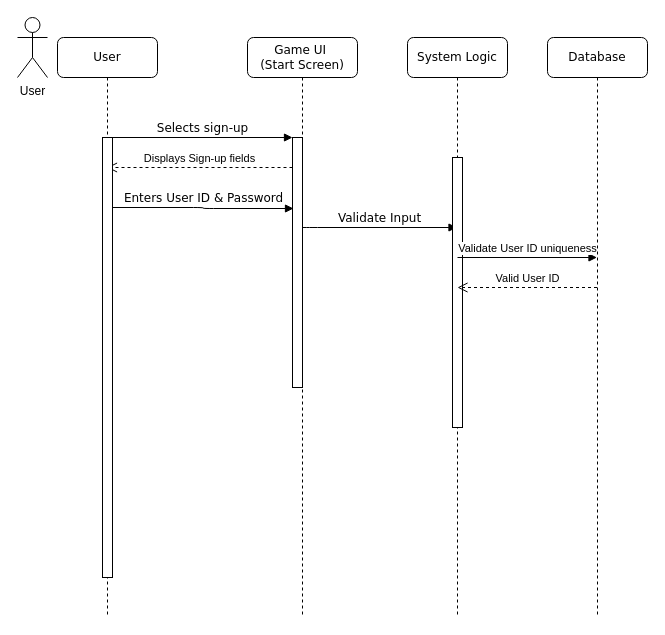
CleymenZero/COMP5541 keeps this draw.io diagram as Untitled Diagram.drawio. Above is the earlier version. Source tidied: cells renumbered, new cells numbered last; positions are measured from the earlier drawing's top-left corner, leaving out a move shared by most shapes. Both pictures are drawn from the tidied source at 100%, with x=0, y=0 at pixel (17, 17).
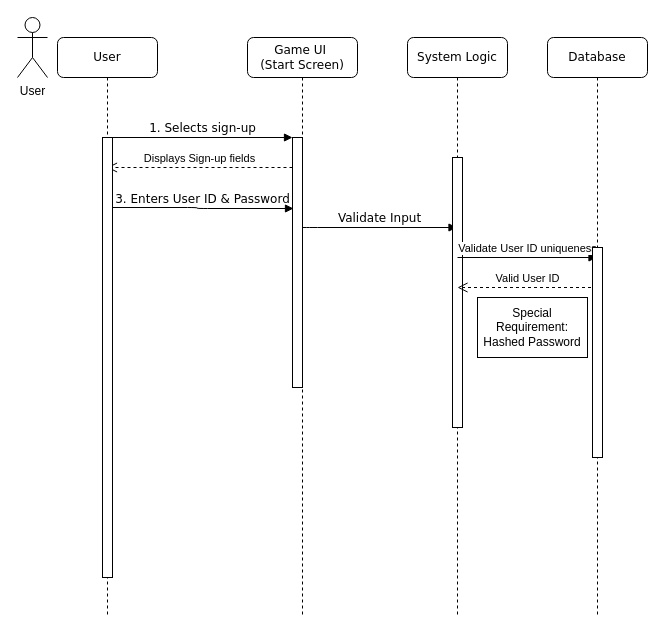
The same diagram, later.

Unchanged cells that the change refers to:
```xml
<mxCell id="3" style="html=1;points=[];perimeter=orthogonalPerimeter;rounded=0;shadow=0;comic=0;labelBackgroundColor=none;strokeWidth=1;fontFamily=Verdana;fontSize=12;align=center;" parent="2" vertex="1">
  <mxGeometry x="45" y="100" width="10" height="250" as="geometry" />
</mxCell>
<mxCell id="6" value="System Logic" style="shape=umlLifeline;perimeter=lifelinePerimeter;whiteSpace=wrap;html=1;outlineConnect=0;rounded=1;shadow=0;comic=0;labelBackgroundColor=none;strokeWidth=1;fontFamily=Verdana;fontSize=12;align=center;" parent="1" vertex="1">
  <mxGeometry x="390" y="20" width="100" height="580" as="geometry" />
</mxCell>
<mxCell id="10" value="Database" style="shape=umlLifeline;perimeter=lifelinePerimeter;whiteSpace=wrap;html=1;outlineConnect=0;rounded=1;shadow=0;comic=0;labelBackgroundColor=none;strokeWidth=1;fontFamily=Verdana;fontSize=12;align=center;" parent="1" vertex="1">
  <mxGeometry x="530" y="20" width="100" height="580" as="geometry" />
</mxCell>
<mxCell id="11" value="User" style="shape=umlLifeline;perimeter=lifelinePerimeter;whiteSpace=wrap;html=1;outlineConnect=0;rounded=1;shadow=0;comic=0;labelBackgroundColor=none;strokeWidth=1;fontFamily=Verdana;fontSize=12;align=center;" parent="1" vertex="1">
  <mxGeometry x="40" y="20" width="100" height="580" as="geometry" />
</mxCell>
<mxCell id="12" style="html=1;points=[];perimeter=orthogonalPerimeter;rounded=0;shadow=0;comic=0;labelBackgroundColor=none;strokeWidth=1;fontFamily=Verdana;fontSize=12;align=center;" parent="11" vertex="1">
  <mxGeometry x="45" y="100" width="10" height="440" as="geometry" />
</mxCell>
```

The edit, as a diff of the source:
```diff
@@
+    <mxCell id="9" value="Valid User ID" style="html=1;verticalAlign=bottom;endArrow=open;dashed=1;endSize=8;curved=0;rounded=0;" parent="6" edge="1" source="10">
+      <mxGeometry relative="1" as="geometry">
+        <mxPoint x="50" y="250" as="targetPoint" />
+      </mxGeometry>
+    </mxCell>
@@
-    <mxCell id="9" value="Valid User ID" style="html=1;verticalAlign=bottom;endArrow=open;dashed=1;endSize=8;curved=0;rounded=0;" parent="6" edge="1" source="10">
-      <mxGeometry relative="1" as="geometry">
-        <mxPoint x="50" y="250" as="targetPoint" />
-      </mxGeometry>
-    </mxCell>
@@
+    <mxCell id="16" style="rounded=0;whiteSpace=wrap;html=1;" parent="10" vertex="1">
+      <mxGeometry x="45" y="210" width="10" height="210" as="geometry" />
+    </mxCell>
@@
-    <mxCell id="13" value="Enters User ID &amp;amp; Password" style="html=1;verticalAlign=bottom;endArrow=block;labelBackgroundColor=none;fontFamily=Verdana;fontSize=12;edgeStyle=elbowEdgeStyle;elbow=horizontal;entryX=0.1;entryY=0.284;entryDx=0;entryDy=0;entryPerimeter=0;" parent="11" edge="1" target="3">
+    <mxCell id="13" value="3. Enters User ID &amp;amp; Password" style="html=1;verticalAlign=bottom;endArrow=block;labelBackgroundColor=none;fontFamily=Verdana;fontSize=12;edgeStyle=elbowEdgeStyle;elbow=horizontal;entryX=0.1;entryY=0.284;entryDx=0;entryDy=0;entryPerimeter=0;" parent="11" edge="1" target="3">
       <mxGeometry relative="1" as="geometry">
         <mxPoint x="55" y="170" as="sourcePoint" />
+        <Array as="points">
+          <mxPoint x="140" y="190" />
+        </Array>
       </mxGeometry>
     </mxCell>
-    <mxCell id="14" value="Selects sign-up" style="html=1;verticalAlign=bottom;endArrow=block;entryX=0;entryY=0;labelBackgroundColor=none;fontFamily=Verdana;fontSize=12;edgeStyle=elbowEdgeStyle;elbow=vertical;" parent="1" edge="1" source="12" target="3">
+    <mxCell id="14" value="1. Selects sign-up" style="html=1;verticalAlign=bottom;endArrow=block;entryX=0;entryY=0;labelBackgroundColor=none;fontFamily=Verdana;fontSize=12;edgeStyle=elbowEdgeStyle;elbow=vertical;" parent="1" edge="1" source="12" target="3">
       <mxGeometry relative="1" as="geometry" />
     </mxCell>
@@
+    <mxCell id="17" value="Special Requirement:&lt;div&gt;Hashed Password&lt;/div&gt;" style="rounded=0;whiteSpace=wrap;html=1;" parent="1" vertex="1">
+      <mxGeometry x="460" y="280" width="110" height="60" as="geometry" />
+    </mxCell>
```
